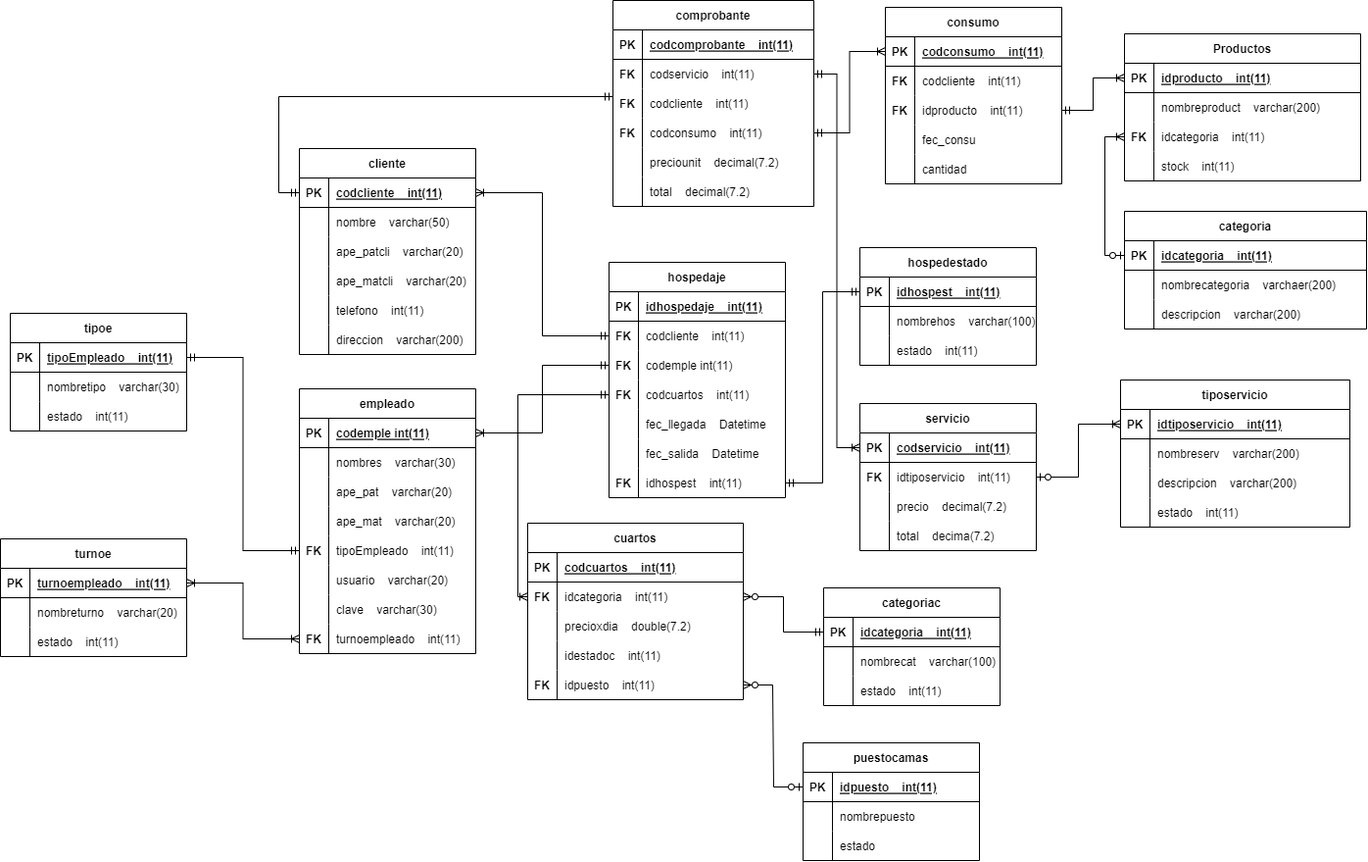
Earlier version of the draw.io export DER_Hotel.drawio.png (josdahuqui1992/SistemaHoteleria). Source tidied: cells renumbered, new cells last; positions are measured from the earlier drawing's top-left corner, leaving out a move shared by most shapes.
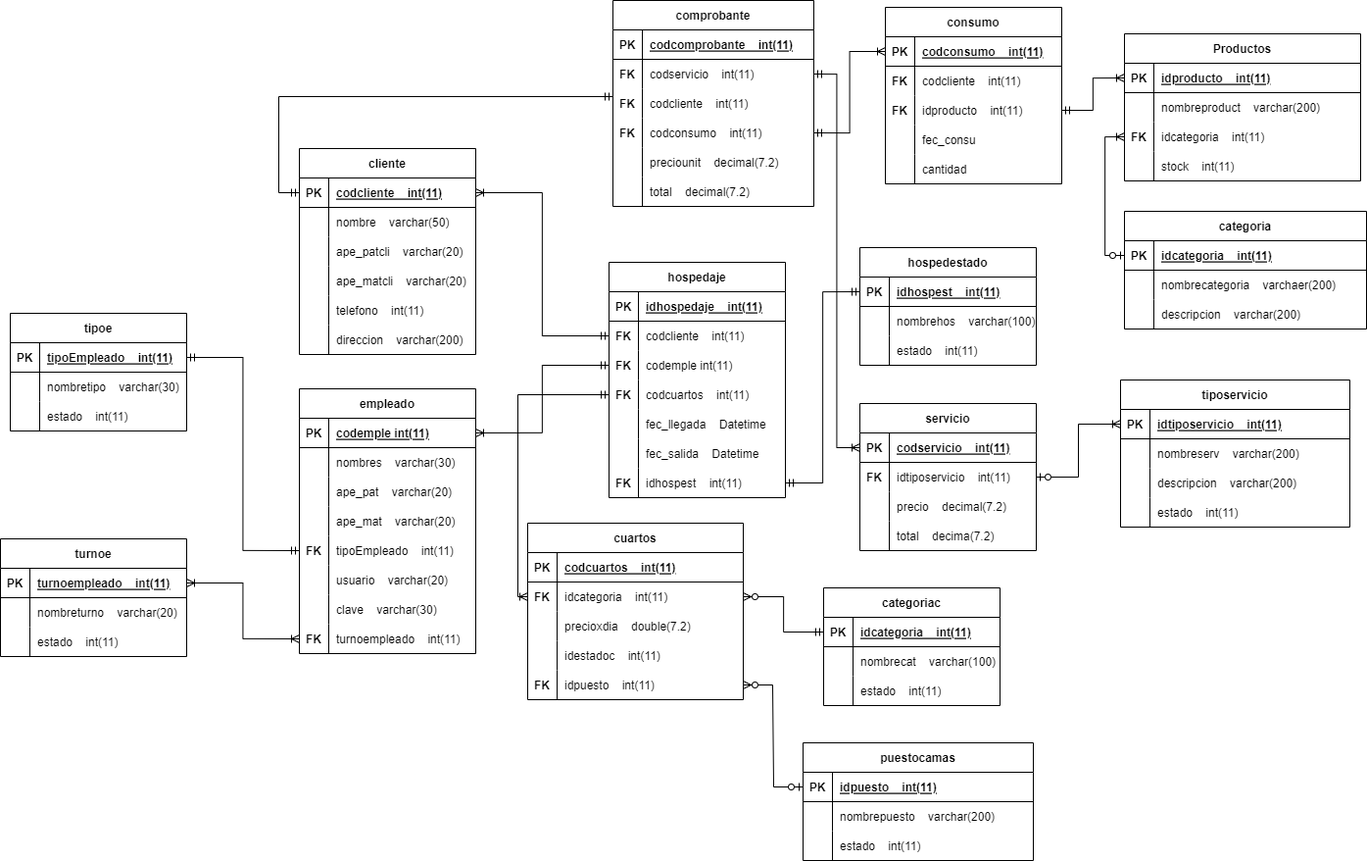
After the commit.

Change to the diagram source:
```diff
@@ -279,34 +279,34 @@
       <mxGeometry relative="1" as="geometry" />
     </mxCell>
     <mxCell id="94" value="puestocamas" style="shape=table;startSize=30;rowLines=0;fontStyle=1;align=center;" parent="1" vertex="1">
-      <mxGeometry x="819" y="757" width="180" height="120" as="geometry" />
+      <mxGeometry x="819" y="757" width="235" height="120" as="geometry" />
     </mxCell>
     <mxCell id="95" style="shape=tableRow;horizontal=0;startSize=0;swimlaneHead=0;swimlaneBody=0;fillColor=none;points=[[0,0.5],[1,0.5]];portConstraint=eastwest;top=0;left=0;right=0;bottom=1;" parent="94" vertex="1">
-      <mxGeometry y="30" width="180" height="30" as="geometry" />
+      <mxGeometry y="30" width="235" height="30" as="geometry" />
     </mxCell>
     <mxCell id="96" value="PK" style="shape=partialRectangle;fillColor=none;top=0;left=0;bottom=0;right=0;fontStyle=1;overflow=hidden;" parent="95" vertex="1">
       <mxGeometry width="30" height="30" as="geometry" />
     </mxCell>
     <mxCell id="97" value="idpuesto    int(11)" style="shape=partialRectangle;fillColor=none;top=0;left=0;bottom=0;right=0;align=left;spacingLeft=6;fontStyle=5;overflow=hidden;" parent="95" vertex="1">
-      <mxGeometry x="30" width="150" height="30" as="geometry" />
+      <mxGeometry x="30" width="205" height="30" as="geometry" />
     </mxCell>
     <mxCell id="98" style="shape=tableRow;horizontal=0;startSize=0;swimlaneHead=0;swimlaneBody=0;fillColor=none;top=0;left=0;right=0;bottom=0;" parent="94" vertex="1">
-      <mxGeometry y="60" width="180" height="30" as="geometry" />
+      <mxGeometry y="60" width="235" height="30" as="geometry" />
     </mxCell>
     <mxCell id="99" style="shape=partialRectangle;fillColor=none;top=0;left=0;bottom=0;right=0;overflow=hidden;" parent="98" vertex="1">
       <mxGeometry width="30" height="30" as="geometry" />
     </mxCell>
-    <mxCell id="100" value="nombrepuesto" style="shape=partialRectangle;fillColor=none;top=0;left=0;bottom=0;right=0;align=left;spacingLeft=6;overflow=hidden;" parent="98" vertex="1">
-      <mxGeometry x="30" width="150" height="30" as="geometry" />
+    <mxCell id="100" value="nombrepuesto    varchar(200)" style="shape=partialRectangle;fillColor=none;top=0;left=0;bottom=0;right=0;align=left;spacingLeft=6;overflow=hidden;" parent="98" vertex="1">
+      <mxGeometry x="30" width="205" height="30" as="geometry" />
     </mxCell>
     <mxCell id="101" style="shape=tableRow;horizontal=0;startSize=0;swimlaneHead=0;swimlaneBody=0;fillColor=none;top=0;left=0;right=0;bottom=0;" parent="94" vertex="1">
-      <mxGeometry y="90" width="180" height="30" as="geometry" />
+      <mxGeometry y="90" width="235" height="30" as="geometry" />
     </mxCell>
     <mxCell id="102" style="shape=partialRectangle;fillColor=none;top=0;left=0;bottom=0;right=0;overflow=hidden;" parent="101" vertex="1">
       <mxGeometry width="30" height="30" as="geometry" />
     </mxCell>
-    <mxCell id="103" value="estado" style="shape=partialRectangle;fillColor=none;top=0;left=0;bottom=0;right=0;align=left;spacingLeft=6;overflow=hidden;" parent="101" vertex="1">
-      <mxGeometry x="30" width="150" height="30" as="geometry" />
+    <mxCell id="103" value="estado    int(11)" style="shape=partialRectangle;fillColor=none;top=0;left=0;bottom=0;right=0;align=left;spacingLeft=6;overflow=hidden;" parent="101" vertex="1">
+      <mxGeometry x="30" width="205" height="30" as="geometry" />
     </mxCell>
     <mxCell id="104" style="edgeStyle=entityRelationEdgeStyle;fontSize=12;html=1;endArrow=ERzeroToMany;startArrow=ERzeroToOne;rounded=0;exitX=0;exitY=0.5;exitDx=0;exitDy=0;entryX=1;entryY=0.5;entryDx=0;entryDy=0;" parent="1" edge="1" source="95" target="80">
       <mxGeometry relative="1" as="geometry" />
```
